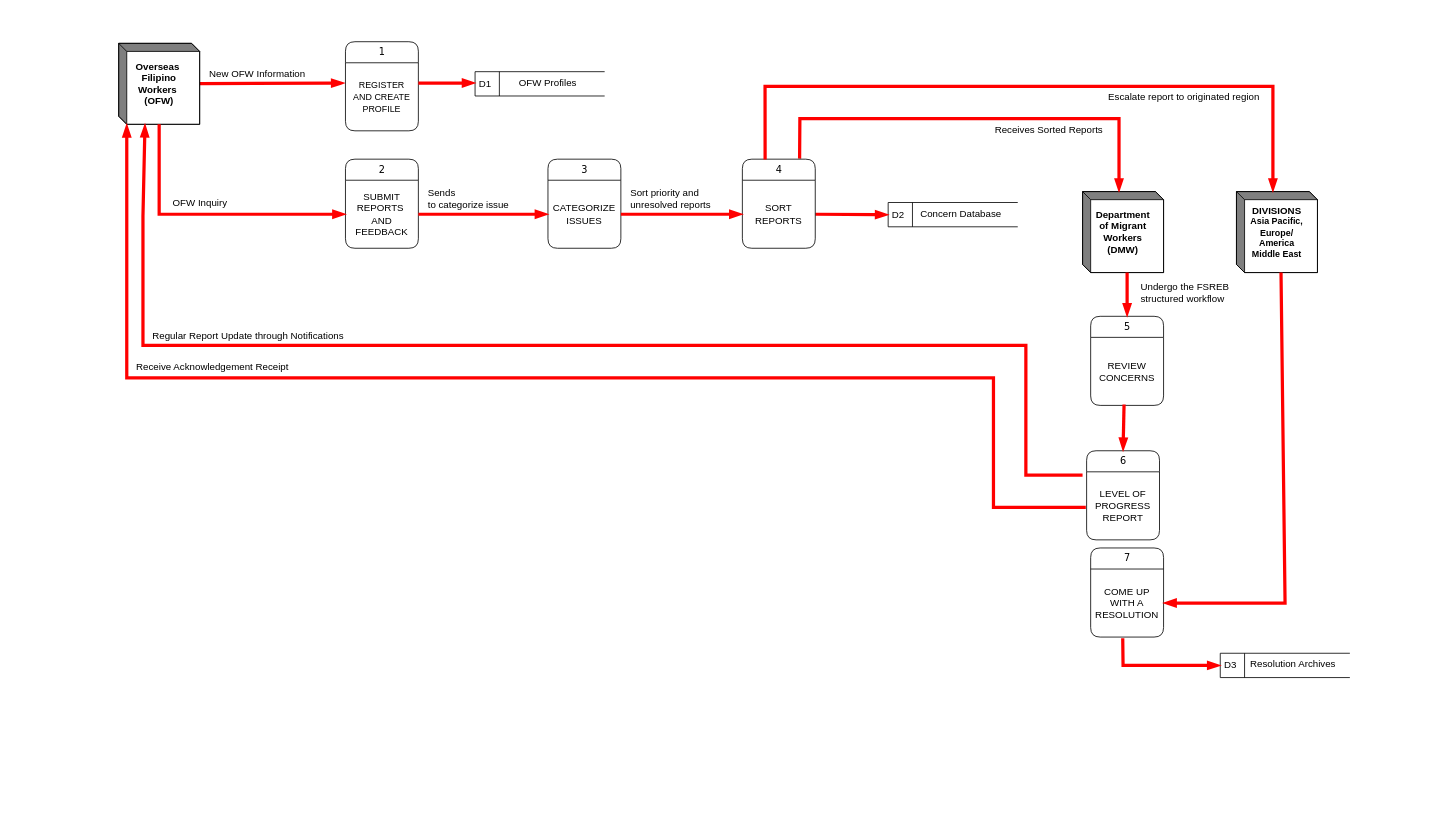
Above: PROPOSED_DFDLVL1.drawio in mhiaaaw/mhiaaaw (draw.io), before the change. Source tidied: cells renumbered, new cells numbered last; positions are measured from the earlier drawing's top-left corner, leaving out a move shared by most shapes. Both pictures are drawn from the tidied source at 81%, with x=0, y=0 at pixel (118, 41).
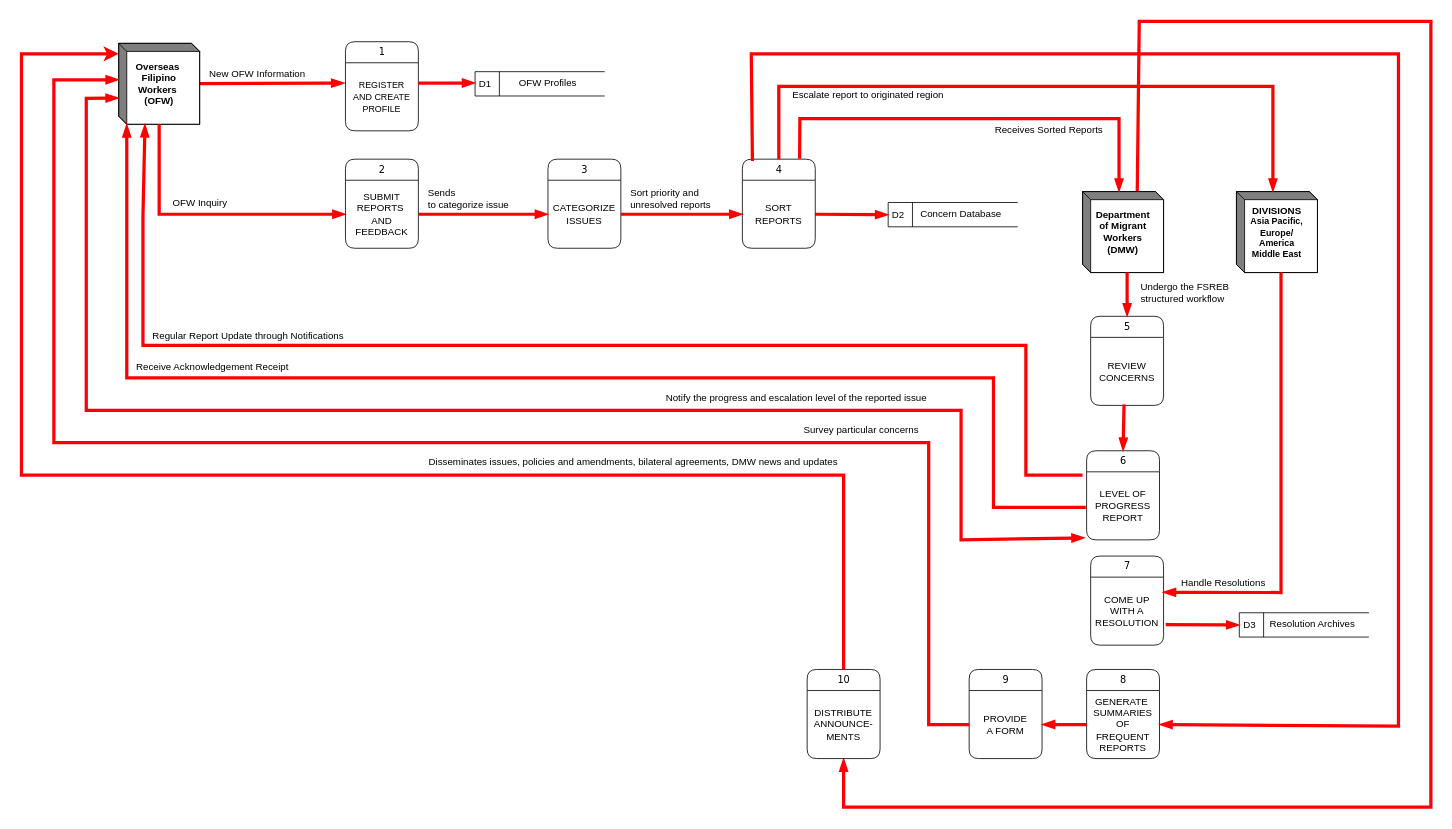
The same diagram, later.

Unchanged cells that the change refers to:
```xml
<mxCell id="3" value="&lt;div style=&quot;&quot;&gt;&lt;b&gt;Overseas&amp;nbsp;&lt;/b&gt;&lt;/div&gt;&lt;div style=&quot;&quot;&gt;&lt;b&gt;Filipino&lt;/b&gt;&lt;/div&gt;&lt;div style=&quot;&quot;&gt;&lt;b&gt;Workers&amp;nbsp;&lt;/b&gt;&lt;/div&gt;&lt;div style=&quot;&quot;&gt;&lt;b&gt;(OFW)&lt;/b&gt;&lt;/div&gt;" style="html=1;dashed=0;whiteSpace=wrap;shape=mxgraph.dfd.externalEntity;align=center;" parent="1" vertex="1">
  <mxGeometry y="2" width="100" height="100" as="geometry" />
</mxCell>
<mxCell id="4" value="&lt;div style=&quot;&quot;&gt;&lt;b&gt;Department&lt;/b&gt;&lt;/div&gt;&lt;div style=&quot;&quot;&gt;&lt;b&gt;of Migrant&lt;/b&gt;&lt;/div&gt;&lt;div style=&quot;&quot;&gt;&lt;b&gt;Workers&lt;/b&gt;&lt;/div&gt;&lt;div style=&quot;&quot;&gt;&lt;b&gt;(DMW)&lt;/b&gt;&lt;/div&gt;" style="html=1;dashed=0;whiteSpace=wrap;shape=mxgraph.dfd.externalEntity;align=center;" parent="1" vertex="1">
  <mxGeometry x="1190" y="185" width="100" height="100" as="geometry" />
</mxCell>
<mxCell id="24" value="4" style="swimlane;html=1;fontStyle=0;horizontal=1;startSize=26;fillColor=#ffffff;swimlaneFillColor=#ffffff;align=center;rounded=1;shadow=0;comic=0;labelBackgroundColor=none;strokeWidth=1;fontFamily=Verdana;fontSize=12;" parent="1" vertex="1">
  <mxGeometry x="770" y="145" width="90" height="110" as="geometry" />
</mxCell>
<mxCell id="36" value="LEVEL OF PROGRESS REPORT" style="text;html=1;strokeColor=none;fillColor=none;spacingLeft=4;spacingRight=4;whiteSpace=wrap;overflow=hidden;points=[[0,0.5],[1,0.5]];portConstraint=eastwest;align=center;verticalAlign=middle;" parent="35" vertex="1">
  <mxGeometry y="26" width="90" height="84" as="geometry" />
</mxCell>
<mxCell id="39" value="&lt;div style=&quot;&quot;&gt;&lt;b&gt;DIVISIONS&lt;/b&gt;&lt;/div&gt;&lt;div style=&quot;font-size: 11px;&quot;&gt;&lt;b style=&quot;&quot;&gt;&lt;font style=&quot;font-size: 11px;&quot;&gt;Asia Pacific,&lt;/font&gt;&lt;/b&gt;&lt;/div&gt;&lt;div style=&quot;font-size: 11px;&quot;&gt;&lt;b style=&quot;background-color: initial;&quot;&gt;Europe/&lt;/b&gt;&lt;/div&gt;&lt;div style=&quot;font-size: 11px;&quot;&gt;&lt;b&gt;&lt;font style=&quot;font-size: 11px;&quot;&gt;America&lt;/font&gt;&lt;/b&gt;&lt;/div&gt;&lt;div style=&quot;font-size: 11px;&quot;&gt;&lt;b style=&quot;&quot;&gt;&lt;font style=&quot;font-size: 11px;&quot;&gt;Middle East&lt;/font&gt;&lt;/b&gt;&lt;/div&gt;" style="html=1;dashed=0;whiteSpace=wrap;shape=mxgraph.dfd.externalEntity;align=center;verticalAlign=middle;" parent="1" vertex="1">
  <mxGeometry x="1380" y="185" width="100" height="100" as="geometry" />
</mxCell>
<mxCell id="43" value="COME UP WITH A&lt;br&gt;RESOLUTION" style="text;html=1;strokeColor=none;fillColor=none;spacingLeft=4;spacingRight=4;whiteSpace=wrap;overflow=hidden;points=[[0,0.5],[1,0.5]];portConstraint=eastwest;align=center;verticalAlign=middle;" parent="42" vertex="1">
  <mxGeometry y="26" width="90" height="84" as="geometry" />
</mxCell>
```

What changed in the source:
```diff
@@
+    <mxCell id="48" style="rounded=0;jettySize=auto;html=1;strokeWidth=4;startArrow=none;startFill=0;endArrow=blockThin;endFill=1;strokeColor=#FF0000;exitX=0;exitY=0;exitDx=67.5;exitDy=0;exitPerimeter=0;" parent="1" edge="1" source="4" target="60">
+      <mxGeometry relative="1" as="geometry">
+        <Array as="points">
+          <mxPoint x="1260" y="-25" />
+          <mxPoint x="1620" y="-25" />
+          <mxPoint x="1620" y="945" />
+          <mxPoint x="895" y="945" />
+        </Array>
+      </mxGeometry>
+    </mxCell>
@@
-    <mxCell id="40" style="rounded=0;jettySize=auto;html=1;strokeWidth=4;strokeColor=#ff0000;endArrow=blockThin;endFill=1;exitX=0.312;exitY=0.003;exitDx=0;exitDy=0;entryX=0;entryY=0;entryDx=45;entryDy=0;entryPerimeter=0;exitPerimeter=0;" parent="1" edge="1" source="24" target="39">
+    <mxCell id="40" style="rounded=0;jettySize=auto;html=1;strokeWidth=4;strokeColor=#ff0000;endArrow=blockThin;endFill=1;exitX=0.5;exitY=0;exitDx=0;exitDy=0;entryX=0;entryY=0;entryDx=45;entryDy=0;entryPerimeter=0;" parent="1" edge="1" source="24" target="39">
       <mxGeometry relative="1" as="geometry">
         <Array as="points">
-          <mxPoint x="798" y="55" />
+          <mxPoint x="815" y="55" />
           <mxPoint x="890" y="55" />
           <mxPoint x="950" y="55" />
           <mxPoint x="1020" y="55" />
           <mxPoint x="1425" y="55" />
         </Array>
       </mxGeometry>
     </mxCell>
     <mxCell id="41" value="Escalate report to originated region" style="text;html=1;strokeColor=none;fillColor=none;align=left;verticalAlign=top;whiteSpace=wrap;rounded=0;fontSize=12;spacingLeft=10;spacingRight=10;" parent="1" vertex="1">
-      <mxGeometry x="1210" y="55" width="210" height="33" as="geometry" />
+      <mxGeometry x="820" y="52" width="300" height="33" as="geometry" />
     </mxCell>
     <mxCell id="42" value="7" style="swimlane;html=1;fontStyle=0;horizontal=1;startSize=26;fillColor=#ffffff;swimlaneFillColor=#ffffff;align=center;rounded=1;shadow=0;comic=0;labelBackgroundColor=none;strokeWidth=1;fontFamily=Verdana;fontSize=12;" parent="1" vertex="1">
-      <mxGeometry x="1200" y="625" width="90" height="110" as="geometry" />
+      <mxGeometry x="1200" y="635" width="90" height="110" as="geometry" />
     </mxCell>
@@
-    <mxCell id="44" style="rounded=0;jettySize=auto;html=1;strokeWidth=4;strokeColor=#ff0000;entryX=1;entryY=0.5;entryDx=0;entryDy=0;endArrow=blockThin;endFill=1;exitX=0;exitY=0;exitDx=55;exitDy=100;exitPerimeter=0;" parent="1" edge="1" source="39" target="43">
+    <mxCell id="44" style="rounded=0;jettySize=auto;html=1;strokeWidth=4;strokeColor=#FF0000;endArrow=blockThin;endFill=1;exitX=0;exitY=0;exitDx=55;exitDy=100;exitPerimeter=0;entryX=0.991;entryY=0.223;entryDx=0;entryDy=0;entryPerimeter=0;" parent="1" edge="1" source="39" target="43">
       <mxGeometry relative="1" as="geometry">
         <Array as="points">
-          <mxPoint x="1440" y="693" />
+          <mxPoint x="1435" y="680" />
         </Array>
       </mxGeometry>
     </mxCell>
     <mxCell id="45" value="D3" style="html=1;dashed=0;whiteSpace=wrap;shape=mxgraph.dfd.dataStoreID;align=left;spacingLeft=3;points=[[0,0],[0.5,0],[1,0],[0,0.5],[1,0.5],[0,1],[0.5,1],[1,1]];" parent="1" vertex="1">
-      <mxGeometry x="1360" y="755" width="160" height="30" as="geometry" />
+      <mxGeometry x="1383.5" y="705" width="160" height="30" as="geometry" />
     </mxCell>
     <mxCell id="46" value="Resolution Archives" style="text;html=1;strokeColor=none;fillColor=none;align=center;verticalAlign=middle;whiteSpace=wrap;rounded=0;" parent="1" vertex="1">
-      <mxGeometry x="1390" y="754" width="120" height="30" as="geometry" />
+      <mxGeometry x="1413.5" y="704" width="120" height="30" as="geometry" />
     </mxCell>
-    <mxCell id="47" style="rounded=0;jettySize=auto;html=1;strokeWidth=4;strokeColor=#ff0000;entryX=0;entryY=0.5;entryDx=0;entryDy=0;endArrow=blockThin;endFill=1;exitX=0.44;exitY=1.016;exitDx=0;exitDy=0;exitPerimeter=0;" parent="1" edge="1" source="43" target="45">
-      <mxGeometry relative="1" as="geometry">
-        <Array as="points">
-          <mxPoint x="1240" y="770" />
-        </Array>
-      </mxGeometry>
+    <mxCell id="47" style="rounded=0;jettySize=auto;html=1;strokeWidth=4;strokeColor=#ff0000;entryX=0;entryY=0.5;entryDx=0;entryDy=0;endArrow=blockThin;endFill=1;exitX=1.029;exitY=0.699;exitDx=0;exitDy=0;exitPerimeter=0;" parent="1" edge="1" source="43" target="45">
+      <mxGeometry relative="1" as="geometry" />
     </mxCell>
+    <mxCell id="49" value="8" style="swimlane;html=1;fontStyle=0;horizontal=1;startSize=26;fillColor=#ffffff;swimlaneFillColor=#ffffff;align=center;rounded=1;shadow=0;comic=0;labelBackgroundColor=none;strokeWidth=1;fontFamily=Verdana;fontSize=12;" parent="1" vertex="1">
+      <mxGeometry x="1195" y="775" width="90" height="110" as="geometry" />
+    </mxCell>
+    <mxCell id="50" value="GENERATE&amp;nbsp;&lt;br&gt;SUMMARIES OF FREQUENT&lt;br&gt;REPORTS" style="text;html=1;strokeColor=none;fillColor=none;spacingLeft=4;spacingRight=4;whiteSpace=wrap;overflow=hidden;points=[[0,0.5],[1,0.5]];portConstraint=eastwest;align=center;verticalAlign=middle;" parent="49" vertex="1">
+      <mxGeometry y="26" width="90" height="84" as="geometry" />
+    </mxCell>
+    <mxCell id="51" style="rounded=0;jettySize=auto;html=1;strokeWidth=4;strokeColor=#ff0000;endArrow=blockThin;endFill=1;entryX=1;entryY=0.5;entryDx=0;entryDy=0;exitX=0.138;exitY=0.02;exitDx=0;exitDy=0;exitPerimeter=0;" parent="1" edge="1" source="24" target="50">
+      <mxGeometry relative="1" as="geometry">
+        <Array as="points">
+          <mxPoint x="781" y="15" />
+          <mxPoint x="970" y="15" />
+          <mxPoint x="1580" y="15" />
+          <mxPoint x="1580" y="845" />
+        </Array>
+      </mxGeometry>
+    </mxCell>
+    <mxCell id="52" style="rounded=0;jettySize=auto;html=1;strokeWidth=4;strokeColor=#FF0000;entryX=0;entryY=0;entryDx=0;entryDy=67.5;entryPerimeter=0;endArrow=blockThin;endFill=1;exitX=-0.029;exitY=0.97;exitDx=0;exitDy=0;exitPerimeter=0;startArrow=blockThin;startFill=1;" parent="1" edge="1" source="36" target="3">
+      <mxGeometry relative="1" as="geometry">
+        <Array as="points">
+          <mxPoint x="1040" y="615" />
+          <mxPoint x="1040" y="455" />
+          <mxPoint x="540" y="455" />
+          <mxPoint x="-40" y="455" />
+          <mxPoint x="-40" y="70" />
+        </Array>
+      </mxGeometry>
+    </mxCell>
+    <mxCell id="53" value="9" style="swimlane;html=1;fontStyle=0;horizontal=1;startSize=26;fillColor=#ffffff;swimlaneFillColor=#ffffff;align=center;rounded=1;shadow=0;comic=0;labelBackgroundColor=none;strokeWidth=1;fontFamily=Verdana;fontSize=12;" parent="1" vertex="1">
+      <mxGeometry x="1050" y="775" width="90" height="110" as="geometry" />
+    </mxCell>
+    <mxCell id="54" value="PROVIDE&lt;br&gt;A FORM" style="text;html=1;strokeColor=none;fillColor=none;spacingLeft=4;spacingRight=4;whiteSpace=wrap;overflow=hidden;points=[[0,0.5],[1,0.5]];portConstraint=eastwest;align=center;verticalAlign=middle;" parent="53" vertex="1">
+      <mxGeometry y="26" width="90" height="84" as="geometry" />
+    </mxCell>
+    <mxCell id="55" style="rounded=0;jettySize=auto;html=1;strokeWidth=4;strokeColor=#ff0000;endArrow=blockThin;endFill=1;entryX=0;entryY=0;entryDx=0;entryDy=45;entryPerimeter=0;exitX=0;exitY=0.5;exitDx=0;exitDy=0;" parent="1" edge="1" source="54" target="3">
+      <mxGeometry relative="1" as="geometry">
+        <Array as="points">
+          <mxPoint x="1000" y="843" />
+          <mxPoint x="1000" y="495" />
+          <mxPoint x="-80" y="495" />
+          <mxPoint x="-80" y="47" />
+        </Array>
+      </mxGeometry>
+    </mxCell>
+    <mxCell id="56" style="rounded=0;jettySize=auto;html=1;strokeWidth=4;strokeColor=#ff0000;entryX=1;entryY=0.5;entryDx=0;entryDy=0;endArrow=blockThin;endFill=1;exitX=0;exitY=0.5;exitDx=0;exitDy=0;" parent="1" edge="1" source="50" target="54">
+      <mxGeometry relative="1" as="geometry" />
+    </mxCell>
+    <mxCell id="57" value="Handle Resolutions" style="text;html=1;strokeColor=none;fillColor=none;align=left;verticalAlign=bottom;whiteSpace=wrap;rounded=0;fontSize=12;spacingLeft=10;spacingRight=10;" parent="1" vertex="1">
+      <mxGeometry x="1300" y="645" width="130" height="33" as="geometry" />
+    </mxCell>
+    <mxCell id="58" value="Survey particular concerns" style="text;html=1;strokeColor=none;fillColor=none;align=right;verticalAlign=bottom;whiteSpace=wrap;rounded=0;fontSize=12;spacingLeft=10;spacingRight=10;" parent="1" vertex="1">
+      <mxGeometry x="810" y="455" width="190" height="33" as="geometry" />
+    </mxCell>
+    <mxCell id="59" value="10" style="swimlane;html=1;fontStyle=0;horizontal=1;startSize=26;fillColor=#ffffff;swimlaneFillColor=#ffffff;align=center;rounded=1;shadow=0;comic=0;labelBackgroundColor=none;strokeWidth=1;fontFamily=Verdana;fontSize=12;" parent="1" vertex="1">
+      <mxGeometry x="850" y="775" width="90" height="110" as="geometry" />
+    </mxCell>
+    <mxCell id="60" value="DISTRIBUTE&lt;br&gt;ANNOUNCE-MENTS" style="text;html=1;strokeColor=none;fillColor=none;spacingLeft=4;spacingRight=4;whiteSpace=wrap;overflow=hidden;points=[[0,0.5],[1,0.5]];portConstraint=eastwest;align=center;verticalAlign=middle;" parent="59" vertex="1">
+      <mxGeometry y="26" width="90" height="84" as="geometry" />
+    </mxCell>
+    <mxCell id="61" style="rounded=0;jettySize=auto;html=1;entryX=0;entryY=0.13;entryDx=0;entryDy=0;entryPerimeter=0;exitX=0.5;exitY=0;exitDx=0;exitDy=0;strokeWidth=4;strokeColor=#FF0000;" parent="1" edge="1" source="59" target="3">
+      <mxGeometry relative="1" as="geometry">
+        <Array as="points">
+          <mxPoint x="895" y="535" />
+          <mxPoint x="-120" y="535" />
+          <mxPoint x="-120" y="15" />
+        </Array>
+      </mxGeometry>
+    </mxCell>
+    <mxCell id="62" value="Disseminates issues, policies and amendments, bilateral agreements, DMW news and updates" style="text;html=1;strokeColor=none;fillColor=none;align=right;verticalAlign=bottom;whiteSpace=wrap;rounded=0;fontSize=12;spacingLeft=10;spacingRight=10;" parent="1" vertex="1">
+      <mxGeometry x="330" y="495" width="570" height="33" as="geometry" />
+    </mxCell>
+    <mxCell id="63" value="Notify the progress and escalation level of the reported issue" style="text;html=1;strokeColor=none;fillColor=none;align=right;verticalAlign=bottom;whiteSpace=wrap;rounded=0;fontSize=12;spacingLeft=10;spacingRight=10;" parent="1" vertex="1">
+      <mxGeometry x="650" y="416" width="360" height="33" as="geometry" />
+    </mxCell>
```
